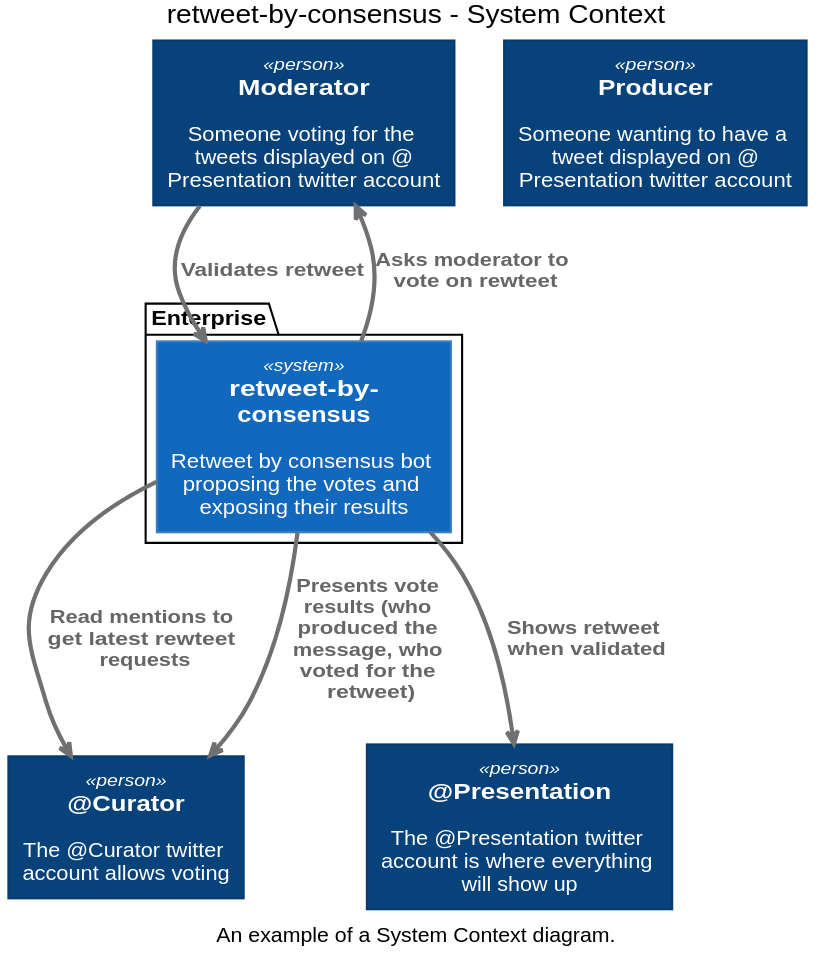
Above: images/SystemContext.svg in Riduidel/retweet-by-consensu-twitter-bot (PlantUML), before the change. Its diagram source:
```plantuml
@startuml(id=SystemContext)





skinparam defaultTextAlignment center

skinparam wrapWidth 200
skinparam maxMessageSize 150

skinparam rectangle {
    StereotypeFontSize 12
    shadowing false
}

skinparam database {
    StereotypeFontSize 12
    shadowing false
}

skinparam Arrow {
    Color #666666
    FontColor #666666
    FontSize 12
}

skinparam rectangle<<boundary>> {
    Shadowing false
    StereotypeFontSize 0
    FontColor #444444
    BorderColor #444444
    BorderStyle dashed
}






















skinparam defaultTextAlignment center

skinparam wrapWidth 200
skinparam maxMessageSize 150

skinparam rectangle {
    StereotypeFontSize 12
    shadowing false
}

skinparam database {
    StereotypeFontSize 12
    shadowing false
}

skinparam Arrow {
    Color #666666
    FontColor #666666
    FontSize 12
}

skinparam rectangle<<boundary>> {
    Shadowing false
    StereotypeFontSize 0
    FontColor #444444
    BorderColor #444444
    BorderStyle dashed
}






















skinparam rectangle<<person>> {
    StereotypeFontColor #FFFFFF
    FontColor #FFFFFF
    BackgroundColor #08427B
    BorderColor #073B6F
}

skinparam rectangle<<external_person>> {
    StereotypeFontColor #FFFFFF
    FontColor #FFFFFF
    BackgroundColor #686868
    BorderColor #8A8A8A
}

skinparam rectangle<<system>> {
    StereotypeFontColor #FFFFFF
    FontColor #FFFFFF
    BackgroundColor #1168BD
    BorderColor #3C7FC0
}

skinparam rectangle<<external_system>> {
    StereotypeFontColor #FFFFFF
    FontColor #FFFFFF
    BackgroundColor #999999
    BorderColor #8A8A8A
}

skinparam database<<system>> {
    StereotypeFontColor #FFFFFF
    FontColor #FFFFFF
    BackgroundColor #1168BD
    BorderColor #3C7FC0
}

skinparam database<<external_system>> {
    StereotypeFontColor #FFFFFF
    FontColor #FFFFFF
    BackgroundColor #999999
    BorderColor #8A8A8A
}
















skinparam defaultTextAlignment center

skinparam wrapWidth 200
skinparam maxMessageSize 150

skinparam rectangle {
    StereotypeFontSize 12
    shadowing false
}

skinparam database {
    StereotypeFontSize 12
    shadowing false
}

skinparam Arrow {
    Color #666666
    FontColor #666666
    FontSize 12
}

skinparam rectangle<<boundary>> {
    Shadowing false
    StereotypeFontSize 0
    FontColor #444444
    BorderColor #444444
    BorderStyle dashed
}






















skinparam rectangle<<person>> {
    StereotypeFontColor #FFFFFF
    FontColor #FFFFFF
    BackgroundColor #08427B
    BorderColor #073B6F
}

skinparam rectangle<<external_person>> {
    StereotypeFontColor #FFFFFF
    FontColor #FFFFFF
    BackgroundColor #686868
    BorderColor #8A8A8A
}

skinparam rectangle<<system>> {
    StereotypeFontColor #FFFFFF
    FontColor #FFFFFF
    BackgroundColor #1168BD
    BorderColor #3C7FC0
}

skinparam rectangle<<external_system>> {
    StereotypeFontColor #FFFFFF
    FontColor #FFFFFF
    BackgroundColor #999999
    BorderColor #8A8A8A
}

skinparam database<<system>> {
    StereotypeFontColor #FFFFFF
    FontColor #FFFFFF
    BackgroundColor #1168BD
    BorderColor #3C7FC0
}

skinparam database<<external_system>> {
    StereotypeFontColor #FFFFFF
    FontColor #FFFFFF
    BackgroundColor #999999
    BorderColor #8A8A8A
}
















skinparam rectangle<<container>> {
    StereotypeFontColor #FFFFFF
    FontColor #FFFFFF
    BackgroundColor #438DD5
    BorderColor #3C7FC0
}

skinparam database<<container>> {
    StereotypeFontColor #FFFFFF
    FontColor #FFFFFF
    BackgroundColor #438DD5
    BorderColor #3C7FC0
}












skinparam defaultTextAlignment center

skinparam wrapWidth 200
skinparam maxMessageSize 150

skinparam rectangle {
    StereotypeFontSize 12
    shadowing false
}

skinparam database {
    StereotypeFontSize 12
    shadowing false
}

skinparam Arrow {
    Color #666666
    FontColor #666666
    FontSize 12
}

skinparam rectangle<<boundary>> {
    Shadowing false
    StereotypeFontSize 0
    FontColor #444444
    BorderColor #444444
    BorderStyle dashed
}






















skinparam rectangle<<person>> {
    StereotypeFontColor #FFFFFF
    FontColor #FFFFFF
    BackgroundColor #08427B
    BorderColor #073B6F
}

skinparam rectangle<<external_person>> {
    StereotypeFontColor #FFFFFF
    FontColor #FFFFFF
    BackgroundColor #686868
    BorderColor #8A8A8A
}

skinparam rectangle<<system>> {
    StereotypeFontColor #FFFFFF
    FontColor #FFFFFF
    BackgroundColor #1168BD
    BorderColor #3C7FC0
}

skinparam rectangle<<external_system>> {
    StereotypeFontColor #FFFFFF
    FontColor #FFFFFF
    BackgroundColor #999999
    BorderColor #8A8A8A
}

skinparam database<<system>> {
    StereotypeFontColor #FFFFFF
    FontColor #FFFFFF
    BackgroundColor #1168BD
    BorderColor #3C7FC0
}

skinparam database<<external_system>> {
    StereotypeFontColor #FFFFFF
    FontColor #FFFFFF
    BackgroundColor #999999
    BorderColor #8A8A8A
}
















skinparam rectangle<<container>> {
    StereotypeFontColor #FFFFFF
    FontColor #FFFFFF
    BackgroundColor #438DD5
    BorderColor #3C7FC0
}

skinparam database<<container>> {
    StereotypeFontColor #FFFFFF
    FontColor #FFFFFF
    BackgroundColor #438DD5
    BorderColor #3C7FC0
}












skinparam rectangle<<component>> {
    StereotypeFontColor #FFFFFF
    FontColor #000000
    BackgroundColor #85BBF0
    BorderColor #78A8D8
}

skinparam database<<component>> {
    StereotypeFontColor #FFFFFF
    FontColor #000000
    BackgroundColor #85BBF0
    BorderColor #78A8D8
}





scale max 2000x2000
title retweet-by-consensus - System Context
caption An example of a System Context diagram.

skinparam {
  shadowing false
  arrowColor #707070
  actorBorderColor #707070
  componentBorderColor #707070
  rectangleBorderColor #707070
  noteBackgroundColor #ffffff
  noteBorderColor #707070
  pathHoverColor GreenYellow
  ArrowThickness 3
  svgLinkTarget _parent
}
rectangle "==@Curator\n\n The @Curator twitter account allows voting" <<person>> as 3
rectangle "==@Presentation\n\n The @Presentation twitter account is where everything will show up" <<person>> as 4
rectangle "==Moderator\n\n Someone voting for the tweets displayed on @Presentation twitter account" <<person>> as 2
rectangle "==Producer\n\n Someone wanting to have a tweet displayed on @Presentation twitter account" <<person>> as 1
package "Enterprise" {
  rectangle "==retweet-by-consensus\n\n Retweet by consensus bot proposing the votes and exposing their results" <<system>> as 5
}
2 -DOWN-> 5 : "===Validates retweet"
5 -DOWN-> 3 : "===Read mentions to get latest rewteet requests"
5 -DOWN-> 3 : "===Presents vote results (who produced the message, who voted for the retweet)"
5 -DOWN-> 4 : "===Shows retweet when validated"
5 -DOWN-> 2 : "===Asks moderator to vote on rewteet"
@enduml
```
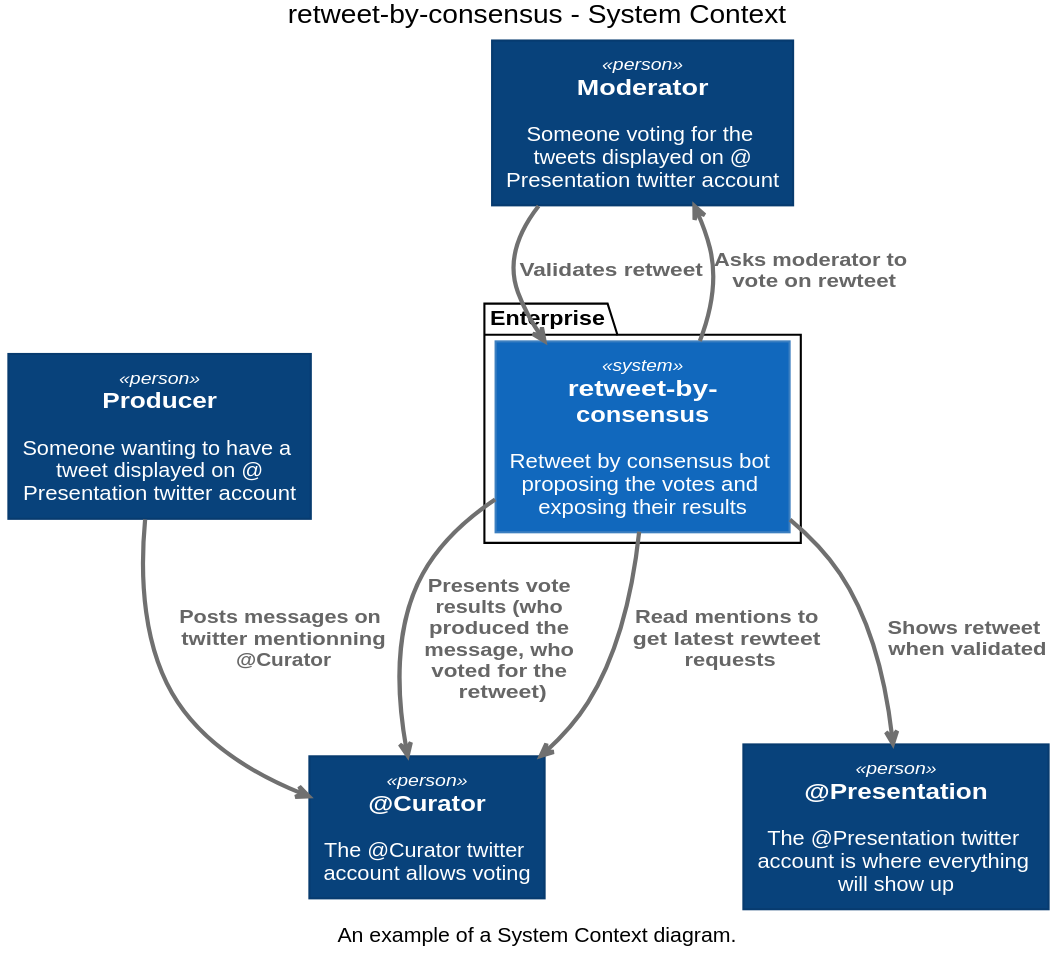
After the change.

What changed in the source:
```diff
@@ -467,8 +467,9 @@
   rectangle "==retweet-by-consensus\n\n Retweet by consensus bot proposing the votes and exposing their results" <<system>> as 5
 }
 2 -DOWN-> 5 : "===Validates retweet"
+1 -DOWN-> 3 : "===Posts messages on twitter mentionning @Curator"
+5 -DOWN-> 3 : "===Presents vote results (who produced the message, who voted for the retweet)"
 5 -DOWN-> 3 : "===Read mentions to get latest rewteet requests"
-5 -DOWN-> 3 : "===Presents vote results (who produced the message, who voted for the retweet)"
 5 -DOWN-> 4 : "===Shows retweet when validated"
 5 -DOWN-> 2 : "===Asks moderator to vote on rewteet"
 @enduml
```
